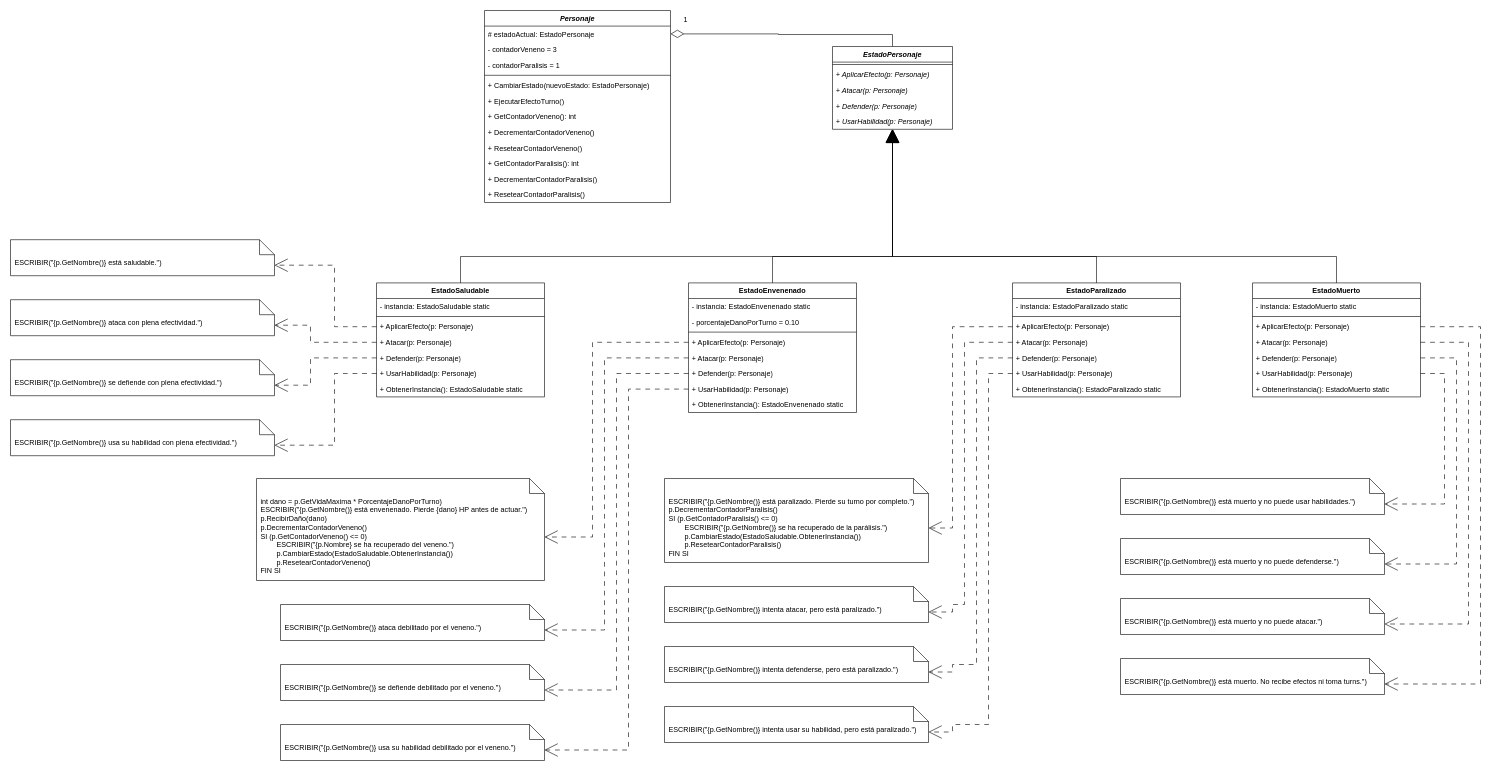
This is page "State (Listo)" (3 of 6) of diagrama_proyecto.drawio from Divitrion/Proyecto-Patrones, a draw.io file, before an edit. Source tidied: cells renumbered, new cells numbered last; positions are measured from the earlier drawing's top-left corner, leaving out a move shared by most shapes. Both pictures are drawn from the tidied source at 60%, with x=0, y=0 at pixel (10, 10).
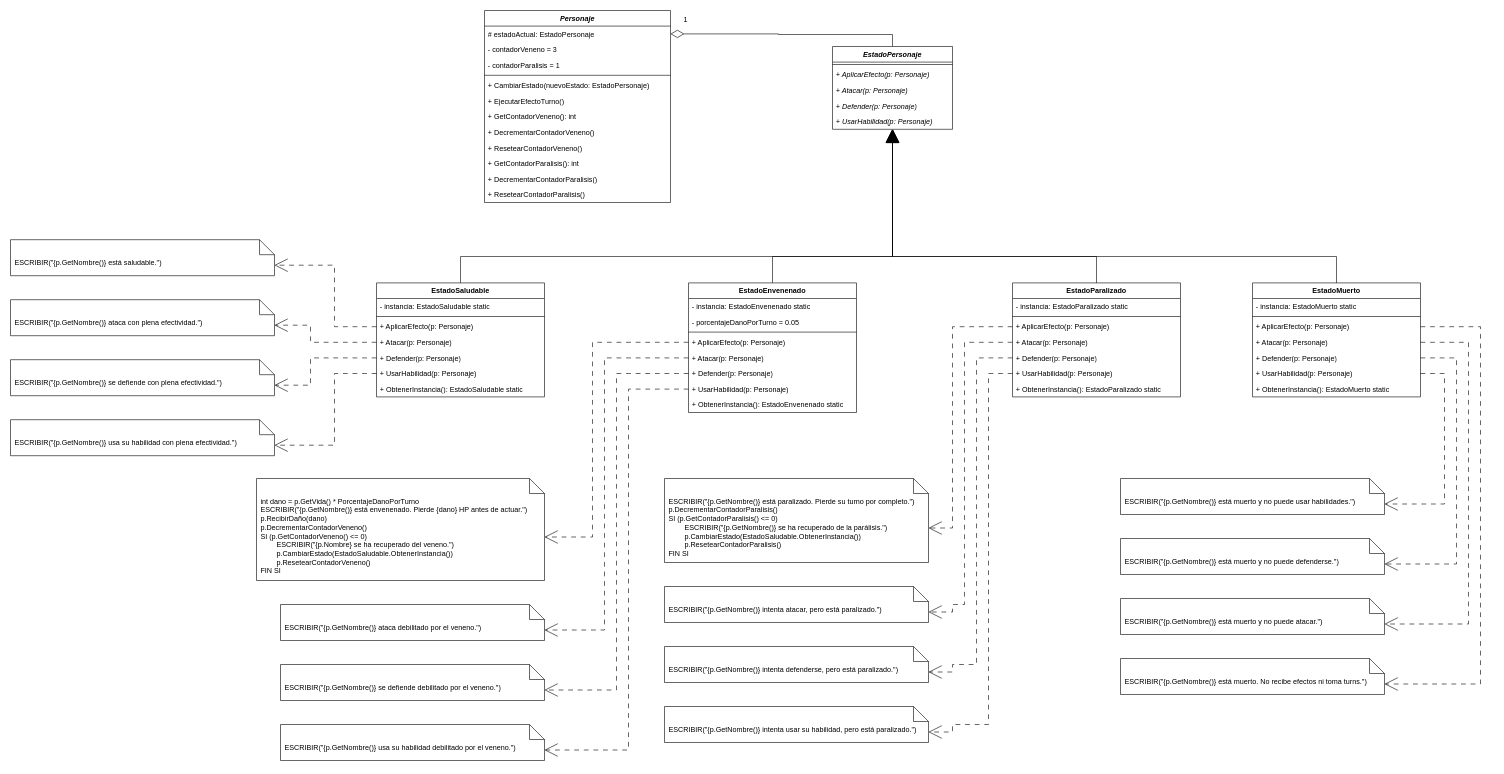
Above is the later version.

Unchanged cells that the change refers to:
```xml
<mxCell id="26" value="EstadoEnvenenado" style="swimlane;fontStyle=1;align=center;verticalAlign=top;horizontal=1;startSize=26;whiteSpace=wrap;html=1;fontFamily=Helvetica;fontSize=12;fontColor=default;labelBackgroundColor=default;" parent="1" vertex="1">
  <mxGeometry x="1130" y="454" width="280" height="216" as="geometry" />
</mxCell>
```

The edit, as a diff of the source:
```diff
@@
-    <mxCell id="28" value="- porcentajeDanoPorTurno = 0.10" style="text;strokeColor=none;fillColor=none;align=left;verticalAlign=top;spacingLeft=4;spacingRight=4;overflow=hidden;whiteSpace=wrap;html=1;fontFamily=Helvetica;fontSize=12;fontColor=default;labelBackgroundColor=default;" parent="26" vertex="1">
+    <mxCell id="28" value="- porcentajeDanoPorTurno = 0.05" style="text;strokeColor=none;fillColor=none;align=left;verticalAlign=top;spacingLeft=4;spacingRight=4;overflow=hidden;whiteSpace=wrap;html=1;fontFamily=Helvetica;fontSize=12;fontColor=default;labelBackgroundColor=default;" parent="26" vertex="1">
       <mxGeometry y="52" width="280" height="26" as="geometry" />
     </mxCell>
@@
-    <mxCell id="68" value="int dano = p.GetVidaMaxima * PorcentajeDanoPorTurno)&lt;div&gt;ESCRIBIR(&quot;{p.GetNombre()} está envenenado. Pierde {dano} HP antes de actuar.&quot;)&lt;/div&gt;&lt;div&gt;p.RecibirDaño(dano)&lt;/div&gt;&lt;div&gt;p.DecrementarContadorVeneno()&lt;/div&gt;&lt;div&gt;SI (p.GetContadorVeneno() &amp;lt;= 0)&amp;nbsp;&lt;/div&gt;&lt;div&gt;&lt;span style=&quot;white-space: pre;&quot;&gt;&#9;&lt;/span&gt;ESCRIBIR(&quot;{p.Nombre} se ha recuperado del veneno.&quot;)&lt;/div&gt;&lt;div&gt;&lt;span style=&quot;white-space: pre;&quot;&gt;&#9;&lt;/span&gt;p.CambiarEstado(EstadoSaludable.ObtenerInstancia())&lt;/div&gt;&lt;div&gt;&lt;span style=&quot;white-space: pre;&quot;&gt;&#9;&lt;/span&gt;p.ResetearContadorVeneno()&lt;/div&gt;&lt;div&gt;FIN SI&lt;/div&gt;" style="shape=note2;boundedLbl=1;whiteSpace=wrap;html=1;size=25;verticalAlign=top;align=left;spacingLeft=5;fontSize=12;" parent="1" vertex="1">
+    <mxCell id="68" value="int dano = p.GetVida() * PorcentajeDanoPorTurno&lt;div&gt;ESCRIBIR(&quot;{p.GetNombre()} está envenenado. Pierde {dano} HP antes de actuar.&quot;)&lt;/div&gt;&lt;div&gt;p.RecibirDaño(dano)&lt;/div&gt;&lt;div&gt;p.DecrementarContadorVeneno()&lt;/div&gt;&lt;div&gt;SI (p.GetContadorVeneno() &amp;lt;= 0)&amp;nbsp;&lt;/div&gt;&lt;div&gt;&lt;span style=&quot;white-space: pre;&quot;&gt;&#9;&lt;/span&gt;ESCRIBIR(&quot;{p.Nombre} se ha recuperado del veneno.&quot;)&lt;/div&gt;&lt;div&gt;&lt;span style=&quot;white-space: pre;&quot;&gt;&#9;&lt;/span&gt;p.CambiarEstado(EstadoSaludable.ObtenerInstancia())&lt;/div&gt;&lt;div&gt;&lt;span style=&quot;white-space: pre;&quot;&gt;&#9;&lt;/span&gt;p.ResetearContadorVeneno()&lt;/div&gt;&lt;div&gt;FIN SI&lt;/div&gt;" style="shape=note2;boundedLbl=1;whiteSpace=wrap;html=1;size=25;verticalAlign=top;align=left;spacingLeft=5;fontSize=12;" parent="1" vertex="1">
       <mxGeometry x="410" y="780" width="480" height="170" as="geometry" />
     </mxCell>
```
